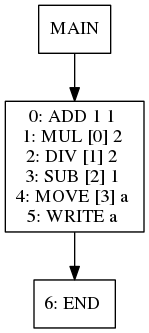
jiahanwang/PL241-Compiler keeps this Graphviz diagram as viz/test005.dot.png. Above is the earlier version. Its source is kept beside it as viz/test005.dot.
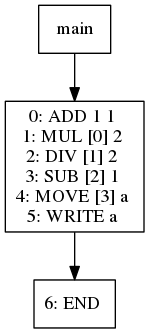
The same file after the commit.

The edit, as a diff of the source:
```diff
@@ -1,15 +1,15 @@
 digraph test005 {
 node [shape=box]
-1[label="MAIN"]
-1 -> 3
-3[label="0: ADD 1 1
+99[label="main"]
+99 -> 101
+101[label="0: ADD 1 1
 1: MUL [0] 2
 2: DIV [1] 2
 3: SUB [2] 1
 4: MOVE [3] a
 5: WRITE a
 "]
-3 -> 5
-5[label="6: END
+101 -> 103
+103[label="6: END
 "]
 }
```
